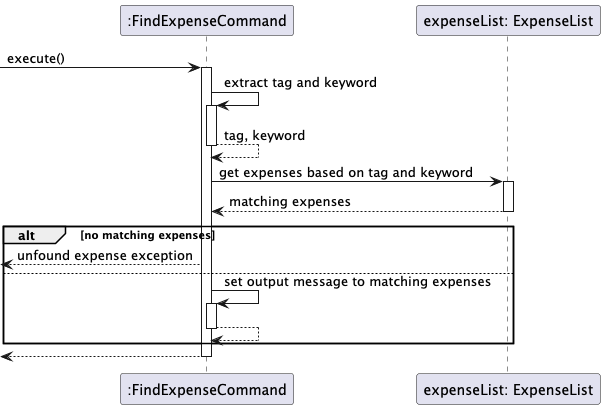
The PlantUML diagram docs/images/FindExpenseCommand.png in thienkimtranhoang/tp, before a commit.
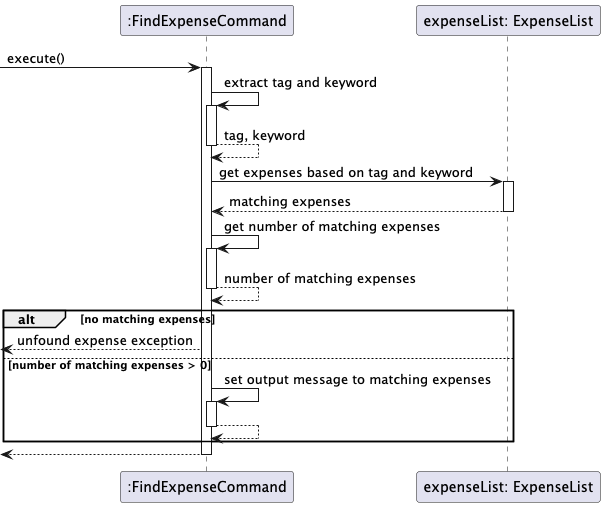
Later version of the same file.

Change to the diagram source:
```diff
@@ -7,9 +7,11 @@
 command --> command --: tag, keyword
 command -> expenseList ++: get expenses based on tag and keyword
 command <-- expenseList --: matching expenses
+command -> command ++: get number of matching expenses
+command --> command --: number of matching expenses
 alt no matching expenses
     <-- command: unfound expense exception
-else
+else number of matching expenses > 0
     command -> command ++: set output message to matching expenses
     command --> command --:
 end
```
